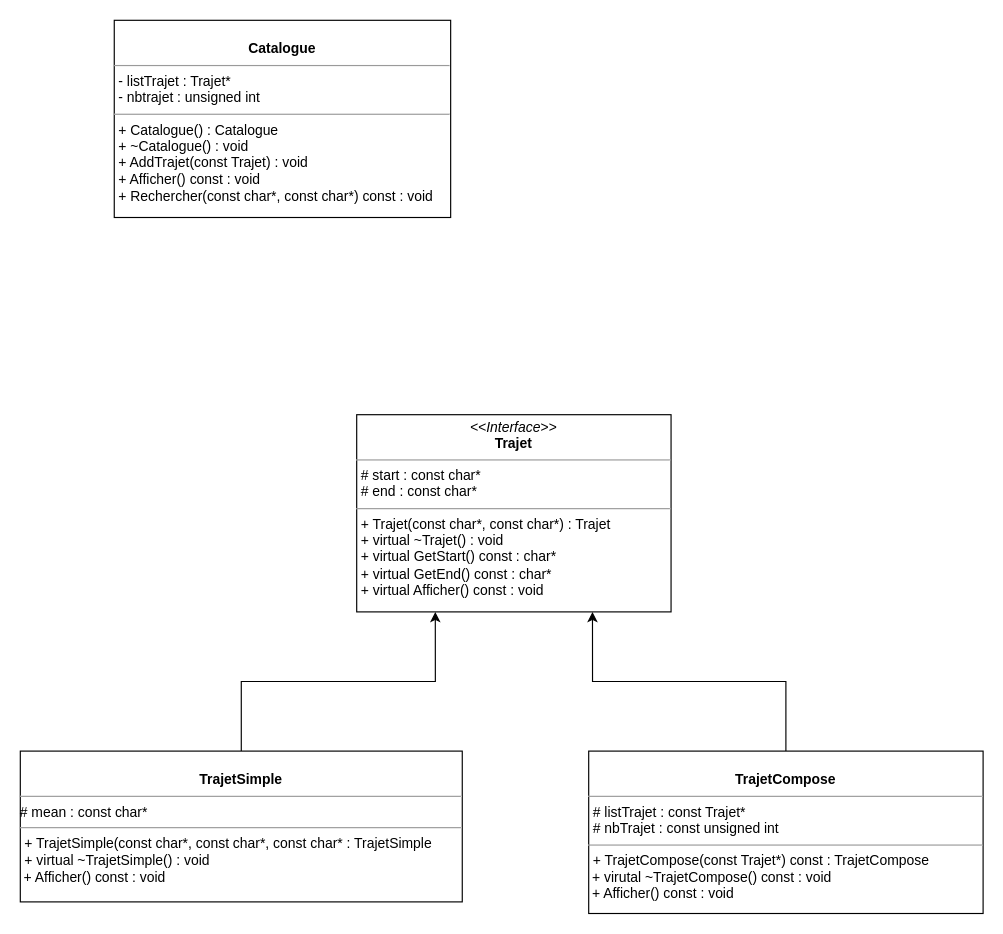
QuentindeA/TP2_CPP keeps this draw.io diagram as UML.drawio. Above is the earlier version. Source tidied: cells renumbered, new cells numbered last; positions are measured from the earlier drawing's top-left corner, leaving out a move shared by most shapes. Both pictures are drawn from the tidied source at 116%, with x=0, y=0 at pixel (20, 20).
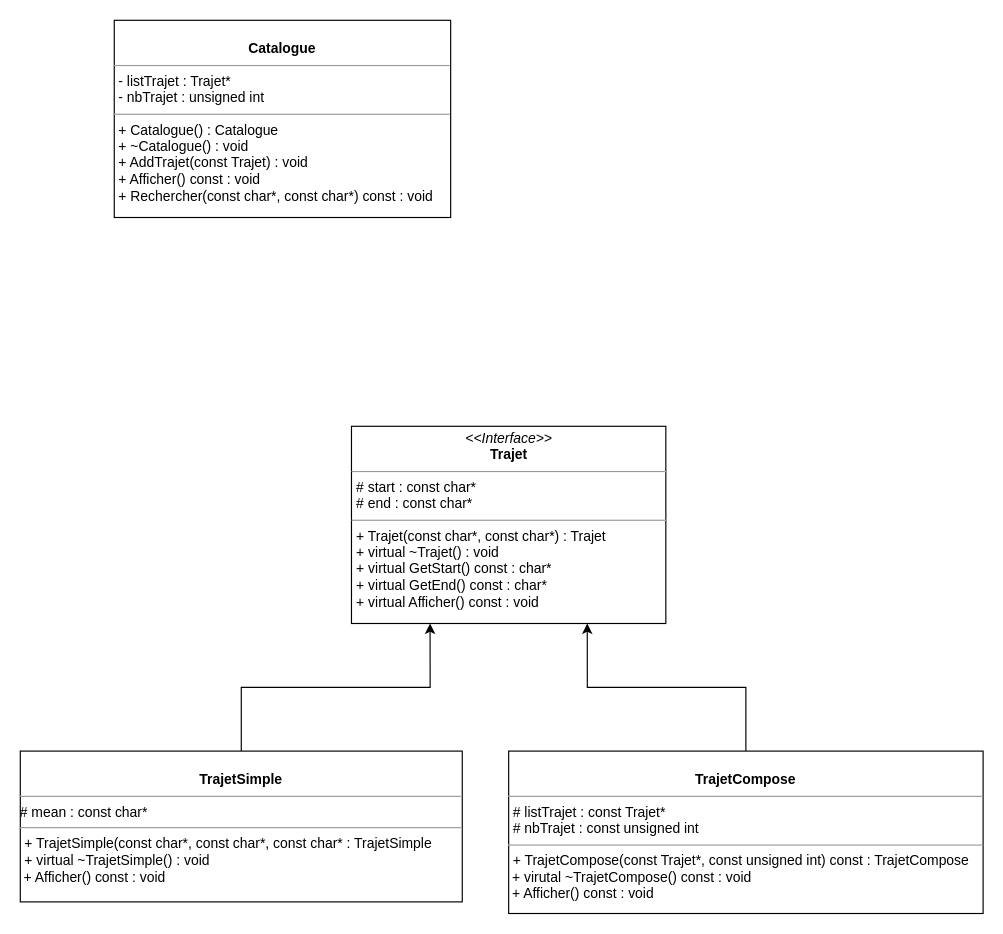
The same diagram, later.

Commit message (it also covers changes not shown here):
Ajout de Catalogue.

Diff of the diagram source:
```diff
@@
 <mxGraphModel background="#ffffff">
   <root>
     <mxCell id="0" />
     <mxCell id="1" parent="0" />
     <mxCell id="2" value="&lt;p style=&quot;margin: 0px ; margin-top: 4px ; text-align: center&quot;&gt;&lt;i&gt;&amp;lt;&amp;lt;Interface&amp;gt;&amp;gt;&lt;/i&gt;&lt;br&gt;&lt;b&gt;Trajet&lt;/b&gt;&lt;/p&gt;&lt;hr size=&quot;1&quot;&gt;&lt;p style=&quot;margin: 0px ; margin-left: 4px&quot;&gt;# start : const char*&lt;br&gt;# end : const char*&lt;/p&gt;&lt;hr size=&quot;1&quot;&gt;&lt;p style=&quot;margin: 0px ; margin-left: 4px&quot;&gt;+ Trajet(const char*, const char*) : Trajet&lt;/p&gt;&lt;p style=&quot;margin: 0px ; margin-left: 4px&quot;&gt;+ virtual ~Trajet() : void&lt;br&gt;&lt;/p&gt;&lt;p style=&quot;margin: 0px ; margin-left: 4px&quot;&gt;+ virtual GetStart() const : char*&lt;br&gt;+ virtual GetEnd() const : char*&lt;/p&gt;&lt;p style=&quot;margin: 0px ; margin-left: 4px&quot;&gt;+ virtual Afficher() const : void&lt;br&gt;&lt;/p&gt;" style="verticalAlign=top;align=left;overflow=fill;fontSize=12;fontFamily=Helvetica;html=1;rounded=0;shadow=0;comic=0;labelBackgroundColor=none;strokeWidth=1;" parent="1" vertex="1">
-      <mxGeometry x="290" y="340" width="271" height="170" as="geometry" />
+      <mxGeometry x="285.5" y="350" width="271" height="170" as="geometry" />
     </mxCell>
     <mxCell id="3" style="edgeStyle=orthogonalEdgeStyle;rounded=0;jettySize=auto;html=1;entryX=0.25;entryY=1;entryDx=0;entryDy=0;" parent="1" edge="1" source="4" target="2">
       <mxGeometry relative="1" as="geometry" />
     </mxCell>
     <mxCell id="4" value="&lt;p style=&quot;margin: 0px ; margin-top: 4px ; text-align: center&quot;&gt;&lt;br&gt;&lt;b&gt;TrajetSimple&lt;/b&gt;&lt;/p&gt;&lt;hr size=&quot;1&quot;&gt;&lt;div&gt;# mean : const char*&lt;/div&gt;&lt;hr size=&quot;1&quot;&gt;&lt;div&gt;&lt;p style=&quot;margin: 0px ; margin-left: 4px&quot;&gt;+ TrajetSimple(const char*, const char*, const char* : TrajetSimple&lt;/p&gt;&lt;p style=&quot;margin: 0px ; margin-left: 4px&quot;&gt;+ virtual ~TrajetSimple() : void&lt;/p&gt;&lt;/div&gt;&lt;div&gt;&amp;nbsp;+ Afficher() const : void&lt;/div&gt;&lt;div&gt;&lt;br&gt;&lt;/div&gt;&lt;div&gt;&lt;br&gt;&lt;/div&gt;&lt;div&gt;&lt;br&gt;&lt;/div&gt;&lt;div&gt;&lt;br&gt;&lt;/div&gt;&lt;div&gt;&lt;br&gt;&lt;/div&gt;&lt;div&gt;&lt;br&gt;&lt;/div&gt;&lt;div&gt;&lt;br&gt;&lt;/div&gt;&lt;div&gt;&lt;br&gt;&lt;/div&gt;&lt;div&gt;&lt;br&gt;&lt;/div&gt;&lt;div&gt;&lt;br&gt;&lt;/div&gt;&lt;div&gt;&lt;br&gt;&lt;/div&gt;&lt;div&gt;&lt;br&gt;&lt;/div&gt;&lt;hr size=&quot;1&quot;&gt;" style="verticalAlign=top;align=left;overflow=fill;fontSize=12;fontFamily=Helvetica;html=1;rounded=0;shadow=0;comic=0;labelBackgroundColor=none;strokeWidth=1;" parent="1" vertex="1">
       <mxGeometry y="630" width="381" height="130" as="geometry" />
     </mxCell>
     <mxCell id="5" style="edgeStyle=orthogonalEdgeStyle;rounded=0;jettySize=auto;html=1;entryX=0.75;entryY=1;entryDx=0;entryDy=0;" parent="1" edge="1" source="6" target="2">
       <mxGeometry relative="1" as="geometry" />
     </mxCell>
-    <mxCell id="6" value="&lt;p style=&quot;margin: 0px ; margin-top: 4px ; text-align: center&quot;&gt;&lt;br&gt;&lt;b&gt;TrajetCompose&lt;/b&gt;&lt;/p&gt;&lt;hr size=&quot;1&quot;&gt;&lt;p style=&quot;margin: 0px ; margin-left: 4px&quot;&gt;# listTrajet : const Trajet*&lt;br&gt;&lt;/p&gt;&lt;p style=&quot;margin: 0px ; margin-left: 4px&quot;&gt;# nbTrajet : const unsigned int&lt;br&gt;&lt;/p&gt;&lt;hr size=&quot;1&quot;&gt;&lt;div&gt;&lt;p style=&quot;margin: 0px ; margin-left: 4px&quot;&gt;+ TrajetCompose(const Trajet*) const : TrajetCompose&lt;/p&gt;&lt;/div&gt;&lt;div&gt;&amp;nbsp;+ virutal ~TrajetCompose() const : void &lt;br&gt;&lt;/div&gt;&lt;div&gt;&amp;nbsp;+ Afficher() const : void&lt;/div&gt;&lt;div&gt;&lt;br&gt;&lt;/div&gt;" style="verticalAlign=top;align=left;overflow=fill;fontSize=12;fontFamily=Helvetica;html=1;rounded=0;shadow=0;comic=0;labelBackgroundColor=none;strokeWidth=1;" parent="1" vertex="1">
-      <mxGeometry x="490" y="630" width="340" height="140" as="geometry" />
+    <mxCell id="6" value="&lt;p style=&quot;margin: 0px ; margin-top: 4px ; text-align: center&quot;&gt;&lt;br&gt;&lt;b&gt;TrajetCompose&lt;/b&gt;&lt;/p&gt;&lt;hr size=&quot;1&quot;&gt;&lt;p style=&quot;margin: 0px ; margin-left: 4px&quot;&gt;# listTrajet : const Trajet*&lt;br&gt;&lt;/p&gt;&lt;p style=&quot;margin: 0px ; margin-left: 4px&quot;&gt;# nbTrajet : const unsigned int&lt;br&gt;&lt;/p&gt;&lt;hr size=&quot;1&quot;&gt;&lt;div&gt;&lt;p style=&quot;margin: 0px ; margin-left: 4px&quot;&gt;+ TrajetCompose(const Trajet*, const unsigned int) const : TrajetCompose&lt;/p&gt;&lt;/div&gt;&lt;div&gt;&amp;nbsp;+ virutal ~TrajetCompose() const : void &lt;br&gt;&lt;/div&gt;&lt;div&gt;&amp;nbsp;+ Afficher() const : void&lt;/div&gt;&lt;div&gt;&lt;br&gt;&lt;/div&gt;" style="verticalAlign=top;align=left;overflow=fill;fontSize=12;fontFamily=Helvetica;html=1;rounded=0;shadow=0;comic=0;labelBackgroundColor=none;strokeWidth=1;" parent="1" vertex="1">
+      <mxGeometry x="421" y="630" width="409" height="140" as="geometry" />
     </mxCell>
-    <mxCell id="7" value="&lt;p style=&quot;margin: 0px ; margin-top: 4px ; text-align: center&quot;&gt;&lt;br&gt;&lt;b&gt;Catalogue&lt;/b&gt;&lt;/p&gt;&lt;hr size=&quot;1&quot;&gt;&lt;p style=&quot;margin: 0px ; margin-left: 4px&quot;&gt;- listTrajet : Trajet*&lt;/p&gt;&lt;p style=&quot;margin: 0px ; margin-left: 4px&quot;&gt;- nbtrajet : unsigned int&lt;br&gt;&lt;/p&gt;&lt;hr size=&quot;1&quot;&gt;&lt;p style=&quot;margin: 0px ; margin-left: 4px&quot;&gt;+ Catalogue() : Catalogue&lt;/p&gt;&lt;p style=&quot;margin: 0px ; margin-left: 4px&quot;&gt;+ ~Catalogue() : void&lt;/p&gt;&lt;p style=&quot;margin: 0px ; margin-left: 4px&quot;&gt;+ AddTrajet(const Trajet) : void&lt;br&gt;&lt;/p&gt;&lt;p style=&quot;margin: 0px ; margin-left: 4px&quot;&gt;+ Afficher() const : void&lt;/p&gt;&lt;p style=&quot;margin: 0px ; margin-left: 4px&quot;&gt;+ Rechercher(const char*, const char*) const : void&lt;br&gt;&lt;/p&gt;" style="verticalAlign=top;align=left;overflow=fill;fontSize=12;fontFamily=Helvetica;html=1;rounded=0;shadow=0;comic=0;labelBackgroundColor=none;strokeWidth=1;" parent="1" vertex="1">
+    <mxCell id="7" value="&lt;p style=&quot;margin: 0px ; margin-top: 4px ; text-align: center&quot;&gt;&lt;br&gt;&lt;b&gt;Catalogue&lt;/b&gt;&lt;/p&gt;&lt;hr size=&quot;1&quot;&gt;&lt;p style=&quot;margin: 0px ; margin-left: 4px&quot;&gt;- listTrajet : Trajet*&lt;/p&gt;&lt;p style=&quot;margin: 0px ; margin-left: 4px&quot;&gt;- nbTrajet : unsigned int&lt;br&gt;&lt;/p&gt;&lt;hr size=&quot;1&quot;&gt;&lt;p style=&quot;margin: 0px ; margin-left: 4px&quot;&gt;+ Catalogue() : Catalogue&lt;/p&gt;&lt;p style=&quot;margin: 0px ; margin-left: 4px&quot;&gt;+ ~Catalogue() : void&lt;/p&gt;&lt;p style=&quot;margin: 0px ; margin-left: 4px&quot;&gt;+ AddTrajet(const Trajet) : void&lt;br&gt;&lt;/p&gt;&lt;p style=&quot;margin: 0px ; margin-left: 4px&quot;&gt;+ Afficher() const : void&lt;/p&gt;&lt;p style=&quot;margin: 0px ; margin-left: 4px&quot;&gt;+ Rechercher(const char*, const char*) const : void&lt;br&gt;&lt;/p&gt;" style="verticalAlign=top;align=left;overflow=fill;fontSize=12;fontFamily=Helvetica;html=1;rounded=0;shadow=0;comic=0;labelBackgroundColor=none;strokeWidth=1;" parent="1" vertex="1">
       <mxGeometry x="81" width="290" height="170" as="geometry" />
     </mxCell>
   </root>
 </mxGraphModel>
```
